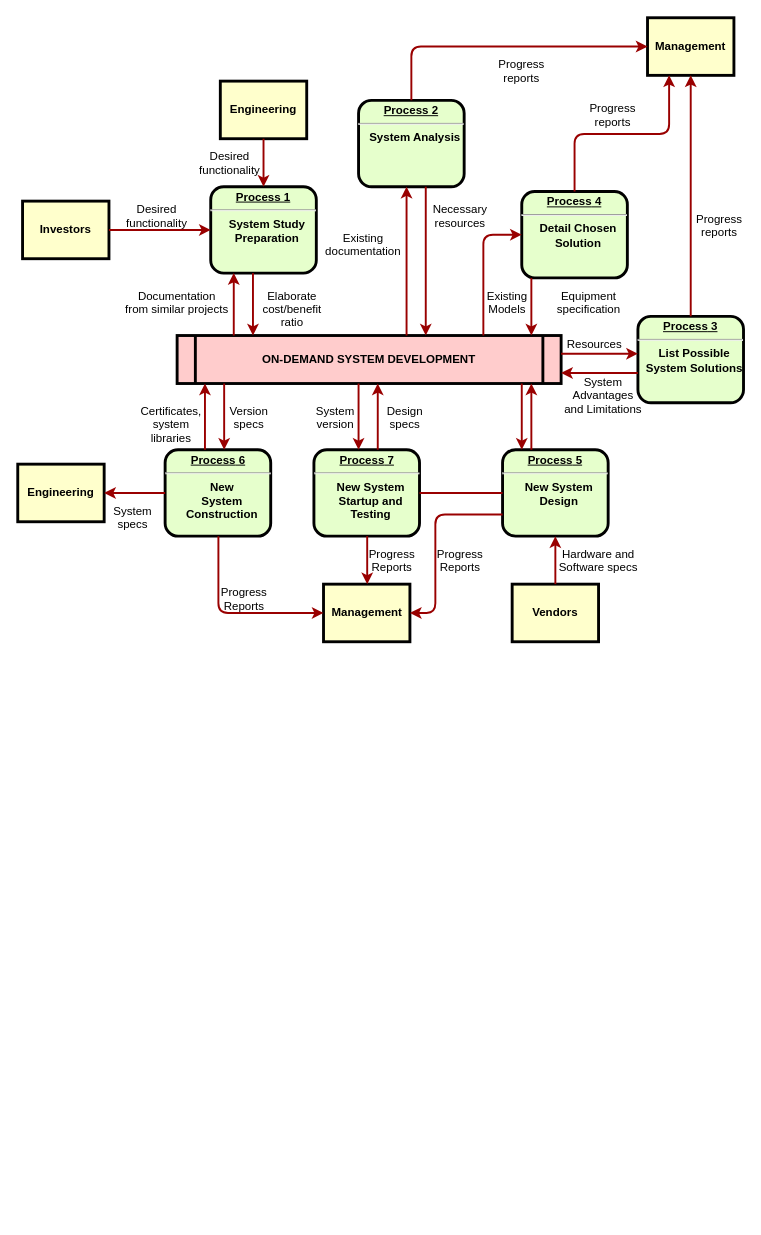
zhoushiyurop/work-dd keeps this draw.io diagram as cms-cf.drawio. Above is the earlier version. Source tidied: cells renumbered, new cells numbered last; positions are measured from the earlier drawing's top-left corner, leaving out a move shared by most shapes. Both pictures are drawn from the tidied source at 96%, with x=0, y=0 at pixel (17, 17).
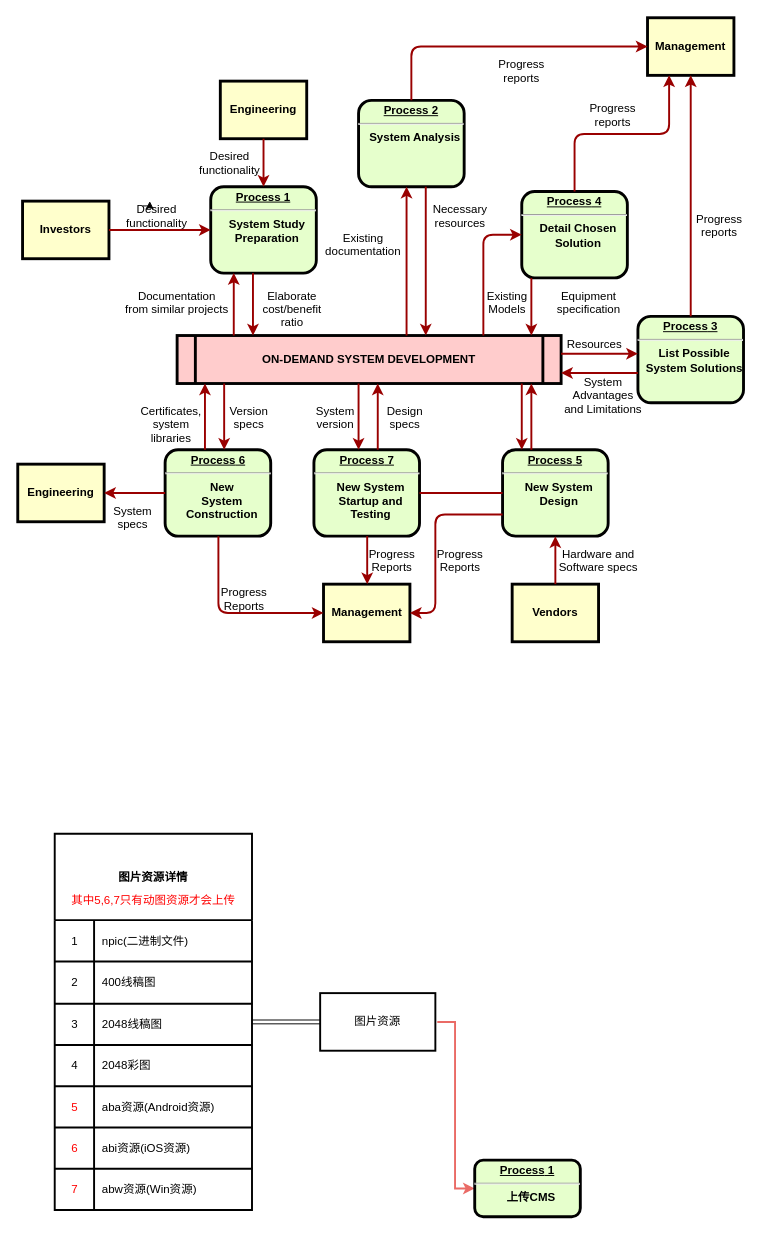
The same page after the edit.

The change refers to these unchanged cells:
```xml
<mxCell id="19" value="Desired &#10;functionality" style="text;spacingTop=-5;align=center;" parent="1" vertex="1">
  <mxGeometry x="130" y="191" width="30" height="20" as="geometry" />
</mxCell>
```

What changed in the source:
```diff
@@
+    <mxCell id="63" style="edgeStyle=orthogonalEdgeStyle;rounded=0;orthogonalLoop=1;jettySize=auto;html=1;exitX=0;exitY=0.25;exitDx=0;exitDy=0;entryX=0.25;entryY=0;entryDx=0;entryDy=0;" parent="1" edge="1" source="19" target="19">
+      <mxGeometry relative="1" as="geometry" />
+    </mxCell>
+    <mxCell id="64" style="edgeStyle=orthogonalEdgeStyle;rounded=0;jettySize=auto;html=1;entryX=0;entryY=0.5;entryDx=0;entryDy=0;fontColor=#FF0000;strokeColor=#EA6B66;targetPerimeterSpacing=2;sourcePerimeterSpacing=2;strokeWidth=2;" parent="1" edge="1" source="65" target="90">
+      <mxGeometry relative="1" as="geometry" />
+    </mxCell>
+    <mxCell id="65" value="图片资源" style="rounded=0;whiteSpace=wrap;html=1;strokeWidth=2;" parent="1" vertex="1">
+      <mxGeometry x="315" y="1016" width="120" height="60" as="geometry" />
+    </mxCell>
+    <mxCell id="66" style="edgeStyle=orthogonalEdgeStyle;rounded=0;jettySize=auto;html=1;shape=link;" parent="1" edge="1" source="67" target="65">
+      <mxGeometry relative="1" as="geometry" />
+    </mxCell>
+    <mxCell id="67" value="图片资源详情" style="shape=table;startSize=90;childLayout=tableLayout;rowLines=1;fontStyle=1;strokeWidth=2;" parent="1" vertex="1">
+      <mxGeometry x="38.5" y="850" width="205.5" height="392" as="geometry" />
+    </mxCell>
+    <mxCell id="68" style="shape=tableRow;horizontal=0;startSize=0;swimlaneHead=0;swimlaneBody=0;top=0;left=0;bottom=0;right=0;fillColor=none;strokeWidth=2;" parent="67" vertex="1">
+      <mxGeometry y="90" width="205.5" height="43" as="geometry" />
+    </mxCell>
+    <mxCell id="69" value="1" style="shape=partialRectangle;html=1;whiteSpace=wrap;fillColor=none;top=0;left=0;bottom=0;right=0;overflow=hidden;strokeWidth=2;" parent="68" vertex="1">
+      <mxGeometry width="41" height="43" as="geometry" />
+    </mxCell>
+    <mxCell id="70" value="npic(二进制文件)" style="shape=partialRectangle;html=1;whiteSpace=wrap;fillColor=none;top=0;left=0;bottom=0;right=0;align=left;spacingLeft=6;overflow=hidden;strokeWidth=2;" parent="68" vertex="1">
+      <mxGeometry x="41" width="165" height="43" as="geometry" />
+    </mxCell>
+    <mxCell id="71" style="shape=tableRow;horizontal=0;startSize=0;swimlaneHead=0;swimlaneBody=0;top=0;left=0;bottom=0;right=0;fillColor=none;strokeWidth=2;" parent="67" vertex="1">
+      <mxGeometry y="133" width="205.5" height="44" as="geometry" />
+    </mxCell>
+    <mxCell id="72" value="2" style="shape=partialRectangle;html=1;whiteSpace=wrap;fillColor=none;top=0;left=0;bottom=0;right=0;overflow=hidden;strokeWidth=2;" parent="71" vertex="1">
+      <mxGeometry width="41" height="44" as="geometry" />
+    </mxCell>
+    <mxCell id="73" value="400线稿图" style="shape=partialRectangle;html=1;whiteSpace=wrap;fillColor=none;top=0;left=0;bottom=0;right=0;align=left;spacingLeft=6;overflow=hidden;strokeWidth=2;" parent="71" vertex="1">
+      <mxGeometry x="41" width="165" height="44" as="geometry" />
+    </mxCell>
+    <mxCell id="74" style="shape=tableRow;horizontal=0;startSize=0;swimlaneHead=0;swimlaneBody=0;top=0;left=0;bottom=0;right=0;fillColor=none;strokeWidth=2;" parent="67" vertex="1">
+      <mxGeometry y="177" width="205.5" height="43" as="geometry" />
+    </mxCell>
+    <mxCell id="75" value="3" style="shape=partialRectangle;html=1;whiteSpace=wrap;fillColor=none;top=0;left=0;bottom=0;right=0;overflow=hidden;strokeWidth=2;" parent="74" vertex="1">
+      <mxGeometry width="41" height="43" as="geometry" />
+    </mxCell>
+    <mxCell id="76" value="2048线稿图" style="shape=partialRectangle;html=1;whiteSpace=wrap;fillColor=none;top=0;left=0;bottom=0;right=0;align=left;spacingLeft=6;overflow=hidden;strokeWidth=2;" parent="74" vertex="1">
+      <mxGeometry x="41" width="165" height="43" as="geometry" />
+    </mxCell>
+    <mxCell id="77" style="shape=tableRow;horizontal=0;startSize=0;swimlaneHead=0;swimlaneBody=0;top=0;left=0;bottom=0;right=0;fillColor=none;strokeWidth=2;" parent="67" vertex="1">
+      <mxGeometry y="220" width="205.5" height="43" as="geometry" />
+    </mxCell>
+    <mxCell id="78" value="4" style="shape=partialRectangle;html=1;whiteSpace=wrap;fillColor=none;top=0;left=0;bottom=0;right=0;overflow=hidden;strokeWidth=2;" parent="77" vertex="1">
+      <mxGeometry width="41" height="43" as="geometry" />
+    </mxCell>
+    <mxCell id="79" value="2048彩图" style="shape=partialRectangle;html=1;whiteSpace=wrap;fillColor=none;top=0;left=0;bottom=0;right=0;align=left;spacingLeft=6;overflow=hidden;strokeWidth=2;" parent="77" vertex="1">
+      <mxGeometry x="41" width="165" height="43" as="geometry" />
+    </mxCell>
+    <mxCell id="80" style="shape=tableRow;horizontal=0;startSize=0;swimlaneHead=0;swimlaneBody=0;top=0;left=0;bottom=0;right=0;fillColor=none;strokeWidth=2;" parent="67" vertex="1">
+      <mxGeometry y="263" width="205.5" height="43" as="geometry" />
+    </mxCell>
+    <mxCell id="81" value="&lt;font color=&quot;#ff0000&quot;&gt;5&lt;/font&gt;" style="shape=partialRectangle;html=1;whiteSpace=wrap;fillColor=none;top=0;left=0;bottom=0;right=0;overflow=hidden;strokeWidth=2;" parent="80" vertex="1">
+      <mxGeometry width="41" height="43" as="geometry" />
+    </mxCell>
+    <mxCell id="82" value="aba资源(Android资源)" style="shape=partialRectangle;html=1;whiteSpace=wrap;fillColor=none;top=0;left=0;bottom=0;right=0;align=left;spacingLeft=6;overflow=hidden;strokeWidth=2;" parent="80" vertex="1">
+      <mxGeometry x="41" width="165" height="43" as="geometry" />
+    </mxCell>
+    <mxCell id="83" style="shape=tableRow;horizontal=0;startSize=0;swimlaneHead=0;swimlaneBody=0;top=0;left=0;bottom=0;right=0;fillColor=none;strokeWidth=2;" parent="67" vertex="1">
+      <mxGeometry y="306" width="205.5" height="43" as="geometry" />
+    </mxCell>
+    <mxCell id="84" value="&lt;font color=&quot;#ff0000&quot;&gt;6&lt;/font&gt;" style="shape=partialRectangle;html=1;whiteSpace=wrap;fillColor=none;top=0;left=0;bottom=0;right=0;overflow=hidden;strokeWidth=2;" parent="83" vertex="1">
+      <mxGeometry width="41" height="43" as="geometry" />
+    </mxCell>
+    <mxCell id="85" value="abi资源(iOS资源)" style="shape=partialRectangle;html=1;whiteSpace=wrap;fillColor=none;top=0;left=0;bottom=0;right=0;align=left;spacingLeft=6;overflow=hidden;strokeWidth=2;" parent="83" vertex="1">
+      <mxGeometry x="41" width="165" height="43" as="geometry" />
+    </mxCell>
+    <mxCell id="86" style="shape=tableRow;horizontal=0;startSize=0;swimlaneHead=0;swimlaneBody=0;top=0;left=0;bottom=0;right=0;fillColor=none;strokeWidth=2;" parent="67" vertex="1">
+      <mxGeometry y="349" width="205.5" height="43" as="geometry" />
+    </mxCell>
+    <mxCell id="87" value="&lt;font color=&quot;#ff0000&quot;&gt;7&lt;/font&gt;" style="shape=partialRectangle;html=1;whiteSpace=wrap;fillColor=none;top=0;left=0;bottom=0;right=0;overflow=hidden;strokeWidth=2;" parent="86" vertex="1">
+      <mxGeometry width="41" height="43" as="geometry" />
+    </mxCell>
+    <mxCell id="88" value="abw资源(Win资源)" style="shape=partialRectangle;html=1;whiteSpace=wrap;fillColor=none;top=0;left=0;bottom=0;right=0;align=left;spacingLeft=6;overflow=hidden;strokeWidth=2;" parent="86" vertex="1">
+      <mxGeometry x="41" width="165" height="43" as="geometry" />
+    </mxCell>
+    <mxCell id="89" value="其中5,6,7只有动图资源才会上传" style="text;html=1;align=center;verticalAlign=middle;fillColor=none;strokeColor=none;rounded=0;fontColor=#FF0000;" parent="1" vertex="1">
+      <mxGeometry x="46" y="910" width="190" height="20" as="geometry" />
+    </mxCell>
+    <mxCell id="90" value="&lt;p style=&quot;margin: 0px; margin-top: 4px; text-align: center; text-decoration: underline;&quot;&gt;&lt;strong&gt;&lt;strong&gt;Process&lt;/strong&gt; 1&lt;br&gt;&lt;/strong&gt;&lt;/p&gt;&lt;hr&gt;&lt;p style=&quot;margin: 0px; margin-left: 8px;&quot;&gt;上传CMS&lt;/p&gt;" style="verticalAlign=middle;align=center;overflow=fill;fontSize=12;fontFamily=Helvetica;html=1;rounded=1;fontStyle=1;strokeWidth=3;fillColor=#E6FFCC;" parent="1" vertex="1">
+      <mxGeometry x="476" y="1190" width="110" height="59" as="geometry" />
+    </mxCell>
```
